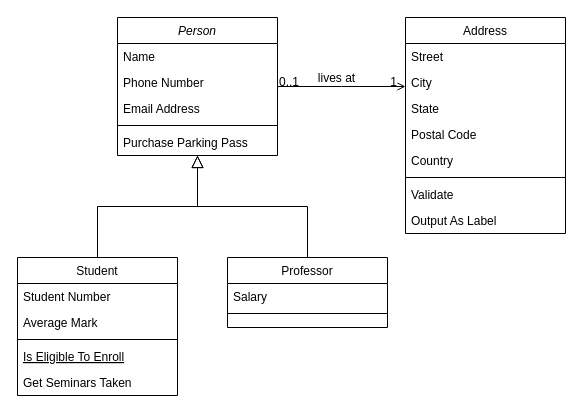
Antiflex/test keeps this draw.io diagram as Diagramme sans nom.drawio. Above is the earlier version. Source tidied: cells renumbered, new cells numbered last; positions are measured from the earlier drawing's top-left corner, leaving out a move shared by most shapes. Both pictures are drawn from the tidied source at 100%, with x=0, y=0 at pixel (17, 17).
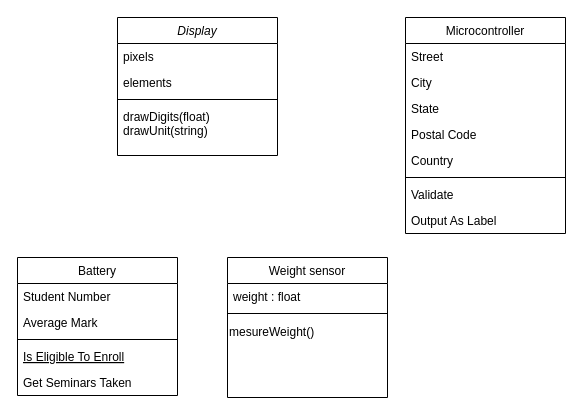
The same diagram, later.

Commit message:
components class diagram.drawio

What changed in the source:
```diff
@@
-    <mxCell id="2" value="Person" style="swimlane;fontStyle=2;align=center;verticalAlign=top;horizontal=1;startSize=26;rounded=0;shadow=0;strokeWidth=1;" parent="1" vertex="1">
+    <mxCell id="2" value="Display" style="swimlane;fontStyle=2;align=center;verticalAlign=top;horizontal=1;startSize=26;rounded=0;shadow=0;strokeWidth=1;" parent="1" vertex="1">
       <mxGeometry x="100" width="160" height="138" as="geometry" />
     </mxCell>
-    <mxCell id="3" value="Name" style="text;align=left;verticalAlign=top;spacingLeft=4;spacingRight=4;overflow=hidden;" parent="2" vertex="1">
+    <mxCell id="3" value="pixels" style="text;align=left;verticalAlign=top;spacingLeft=4;spacingRight=4;overflow=hidden;" parent="2" vertex="1">
       <mxGeometry y="26" width="160" height="26" as="geometry" />
     </mxCell>
-    <mxCell id="4" value="Phone Number" style="text;align=left;verticalAlign=top;spacingLeft=4;spacingRight=4;overflow=hidden;rounded=0;shadow=0;html=0;" parent="2" vertex="1">
+    <mxCell id="4" value="elements" style="text;align=left;verticalAlign=top;spacingLeft=4;spacingRight=4;overflow=hidden;rounded=0;shadow=0;html=0;" parent="2" vertex="1">
       <mxGeometry y="52" width="160" height="26" as="geometry" />
     </mxCell>
-    <mxCell id="5" value="Email Address" style="text;align=left;verticalAlign=top;spacingLeft=4;spacingRight=4;overflow=hidden;rounded=0;shadow=0;html=0;" parent="2" vertex="1">
-      <mxGeometry y="78" width="160" height="26" as="geometry" />
-    </mxCell>
     <mxCell id="6" style="line;html=1;strokeWidth=1;align=left;verticalAlign=middle;spacingTop=-1;spacingLeft=3;spacingRight=3;labelPosition=right;" parent="2" vertex="1">
-      <mxGeometry y="104" width="160" height="8" as="geometry" />
+      <mxGeometry y="78" width="160" height="8" as="geometry" />
     </mxCell>
-    <mxCell id="7" value="Purchase Parking Pass" style="text;align=left;verticalAlign=top;spacingLeft=4;spacingRight=4;overflow=hidden;" parent="2" vertex="1">
-      <mxGeometry y="112" width="160" height="26" as="geometry" />
+    <mxCell id="7" value="drawDigits(float)&#10;drawUnit(string)" style="text;align=left;verticalAlign=top;spacingLeft=4;spacingRight=4;overflow=hidden;" parent="2" vertex="1">
+      <mxGeometry y="86" width="160" height="44" as="geometry" />
     </mxCell>
-    <mxCell id="8" value="Student" style="swimlane;fontStyle=0;align=center;verticalAlign=top;horizontal=1;startSize=26;rounded=0;shadow=0;strokeWidth=1;" parent="1" vertex="1">
+    <mxCell id="8" value="Battery" style="swimlane;fontStyle=0;align=center;verticalAlign=top;horizontal=1;startSize=26;rounded=0;shadow=0;strokeWidth=1;" parent="1" vertex="1">
       <mxGeometry y="240" width="160" height="138" as="geometry" />
     </mxCell>
@@
-    <mxCell id="14" style="endArrow=block;endSize=10;endFill=0;shadow=0;strokeWidth=1;rounded=0;edgeStyle=elbowEdgeStyle;elbow=vertical;" parent="1" edge="1" source="8" target="2">
-      <mxGeometry relative="1" as="geometry" />
-    </mxCell>
-    <mxCell id="15" value="Professor" style="swimlane;fontStyle=0;align=center;verticalAlign=top;horizontal=1;startSize=26;rounded=0;shadow=0;strokeWidth=1;" parent="1" vertex="1">
-      <mxGeometry x="210" y="240" width="160" height="70" as="geometry" />
+    <mxCell id="15" value="Weight sensor" style="swimlane;fontStyle=0;align=center;verticalAlign=top;horizontal=1;startSize=26;rounded=0;shadow=0;strokeWidth=1;" parent="1" vertex="1">
+      <mxGeometry x="210" y="240" width="160" height="140" as="geometry" />
     </mxCell>
-    <mxCell id="16" value="Salary" style="text;align=left;verticalAlign=top;spacingLeft=4;spacingRight=4;overflow=hidden;" parent="15" vertex="1">
+    <mxCell id="16" value="weight : float&#10;" style="text;align=left;verticalAlign=top;spacingLeft=4;spacingRight=4;overflow=hidden;" parent="15" vertex="1">
       <mxGeometry y="26" width="160" height="26" as="geometry" />
     </mxCell>
@@
-    <mxCell id="18" style="endArrow=block;endSize=10;endFill=0;shadow=0;strokeWidth=1;rounded=0;edgeStyle=elbowEdgeStyle;elbow=vertical;" parent="1" edge="1" source="15" target="2">
-      <mxGeometry relative="1" as="geometry" />
-    </mxCell>
+    <mxCell id="32" value="mesureWeight()" style="text;html=1;align=left;verticalAlign=middle;strokeColor=none;fillColor=none;" parent="15" vertex="1">
+      <mxGeometry y="60" width="160" height="30" as="geometry" />
+    </mxCell>
-    <mxCell id="19" value="Address" style="swimlane;fontStyle=0;align=center;verticalAlign=top;horizontal=1;startSize=26;rounded=0;shadow=0;strokeWidth=1;" parent="1" vertex="1">
+    <mxCell id="19" value="Microcontroller" style="swimlane;fontStyle=0;align=center;verticalAlign=top;horizontal=1;startSize=26;rounded=0;shadow=0;strokeWidth=1;" parent="1" vertex="1">
       <mxGeometry x="388" width="160" height="216" as="geometry" />
     </mxCell>
@@
-    <mxCell id="28" style="endArrow=open;shadow=0;strokeWidth=1;rounded=0;endFill=1;edgeStyle=elbowEdgeStyle;elbow=vertical;" parent="1" edge="1" source="2" target="19">
-      <mxGeometry x="0.5" y="41" relative="1" as="geometry">
-        <mxPoint x="-40" y="32" as="offset" />
-      </mxGeometry>
-    </mxCell>
-    <mxCell id="29" value="0..1" style="align=left;verticalAlign=bottom;labelBackgroundColor=none;fontSize=12;" parent="28" vertex="1">
-      <mxGeometry x="-1" relative="1" as="geometry">
-        <mxPoint y="4" as="offset" />
-      </mxGeometry>
-    </mxCell>
-    <mxCell id="30" value="1" style="align=right;verticalAlign=bottom;labelBackgroundColor=none;fontSize=12;" parent="28" vertex="1">
-      <mxGeometry x="1" relative="1" as="geometry">
-        <mxPoint x="-7" y="4" as="offset" />
-      </mxGeometry>
-    </mxCell>
-    <mxCell id="31" value="lives at" style="text;html=1;align=center;verticalAlign=middle;labelBackgroundColor=none;rounded=0;shadow=0;strokeWidth=1;fontSize=12;" parent="28" vertex="1">
-      <mxGeometry x="0.5" y="49" relative="1" as="geometry">
-        <mxPoint x="-38" y="40" as="offset" />
-      </mxGeometry>
-    </mxCell>
```
